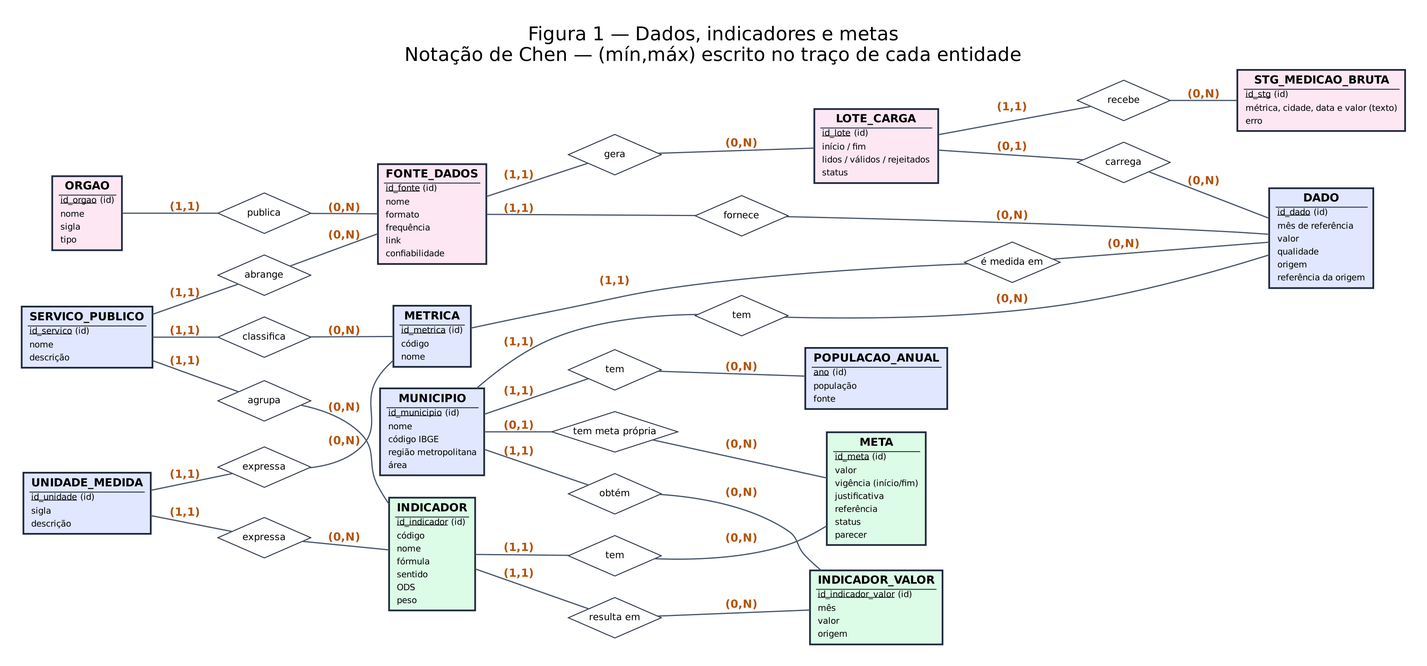
The Graphviz diagram docs/der/der_1_dados_indicadores.png in nicolemaranhao/ecocity-a3, before a commit. Its source is kept beside it as docs/der/der_1_dados_indicadores.dot.
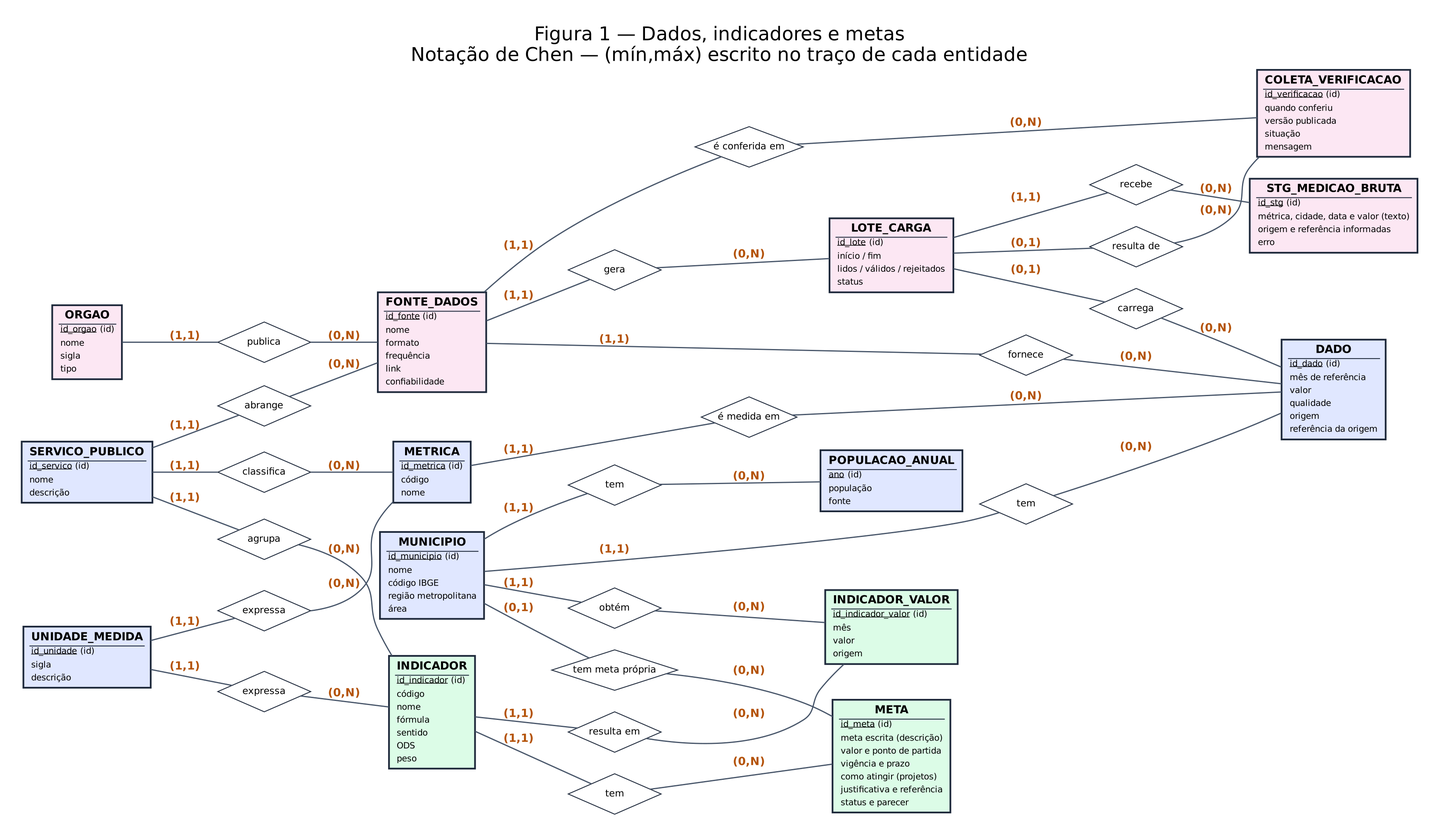
The same diagram one commit later.

Change to the diagram source:
```diff
@@ -4,7 +4,8 @@
 "ORGAO" [shape=box, style="filled,bold", fillcolor="#FCE7F3", color="#1E293B", fontsize=13, margin="0.1,0.05", label=<<TABLE BORDER="0" CELLBORDER="0" CELLSPACING="0" CELLPADDING="2"><TR><TD><B>ORGAO</B></TD></TR><HR/><TR><TD ALIGN="LEFT"><FONT POINT-SIZE="10"><U>id_orgao</U> (id)</FONT></TD></TR><TR><TD ALIGN="LEFT"><FONT POINT-SIZE="10">nome</FONT></TD></TR><TR><TD ALIGN="LEFT"><FONT POINT-SIZE="10">sigla</FONT></TD></TR><TR><TD ALIGN="LEFT"><FONT POINT-SIZE="10">tipo</FONT></TD></TR></TABLE>>];
 "FONTE_DADOS" [shape=box, style="filled,bold", fillcolor="#FCE7F3", color="#1E293B", fontsize=13, margin="0.1,0.05", label=<<TABLE BORDER="0" CELLBORDER="0" CELLSPACING="0" CELLPADDING="2"><TR><TD><B>FONTE_DADOS</B></TD></TR><HR/><TR><TD ALIGN="LEFT"><FONT POINT-SIZE="10"><U>id_fonte</U> (id)</FONT></TD></TR><TR><TD ALIGN="LEFT"><FONT POINT-SIZE="10">nome</FONT></TD></TR><TR><TD ALIGN="LEFT"><FONT POINT-SIZE="10">formato</FONT></TD></TR><TR><TD ALIGN="LEFT"><FONT POINT-SIZE="10">frequência</FONT></TD></TR><TR><TD ALIGN="LEFT"><FONT POINT-SIZE="10">link</FONT></TD></TR><TR><TD ALIGN="LEFT"><FONT POINT-SIZE="10">confiabilidade</FONT></TD></TR></TABLE>>];
 "LOTE_CARGA" [shape=box, style="filled,bold", fillcolor="#FCE7F3", color="#1E293B", fontsize=13, margin="0.1,0.05", label=<<TABLE BORDER="0" CELLBORDER="0" CELLSPACING="0" CELLPADDING="2"><TR><TD><B>LOTE_CARGA</B></TD></TR><HR/><TR><TD ALIGN="LEFT"><FONT POINT-SIZE="10"><U>id_lote</U> (id)</FONT></TD></TR><TR><TD ALIGN="LEFT"><FONT POINT-SIZE="10">início / fim</FONT></TD></TR><TR><TD ALIGN="LEFT"><FONT POINT-SIZE="10">lidos / válidos / rejeitados</FONT></TD></TR><TR><TD ALIGN="LEFT"><FONT POINT-SIZE="10">status</FONT></TD></TR></TABLE>>];
-"STG_MEDICAO_BRUTA" [shape=box, style="filled,bold", fillcolor="#FCE7F3", color="#1E293B", fontsize=13, margin="0.1,0.05", label=<<TABLE BORDER="0" CELLBORDER="0" CELLSPACING="0" CELLPADDING="2"><TR><TD><B>STG_MEDICAO_BRUTA</B></TD></TR><HR/><TR><TD ALIGN="LEFT"><FONT POINT-SIZE="10"><U>id_stg</U> (id)</FONT></TD></TR><TR><TD ALIGN="LEFT"><FONT POINT-SIZE="10">métrica, cidade, data e valor (texto)</FONT></TD></TR><TR><TD ALIGN="LEFT"><FONT POINT-SIZE="10">erro</FONT></TD></TR></TABLE>>];
+"STG_MEDICAO_BRUTA" [shape=box, style="filled,bold", fillcolor="#FCE7F3", color="#1E293B", fontsize=13, margin="0.1,0.05", label=<<TABLE BORDER="0" CELLBORDER="0" CELLSPACING="0" CELLPADDING="2"><TR><TD><B>STG_MEDICAO_BRUTA</B></TD></TR><HR/><TR><TD ALIGN="LEFT"><FONT POINT-SIZE="10"><U>id_stg</U> (id)</FONT></TD></TR><TR><TD ALIGN="LEFT"><FONT POINT-SIZE="10">métrica, cidade, data e valor (texto)</FONT></TD></TR><TR><TD ALIGN="LEFT"><FONT POINT-SIZE="10">origem e referência informadas</FONT></TD></TR><TR><TD ALIGN="LEFT"><FONT POINT-SIZE="10">erro</FONT></TD></TR></TABLE>>];
+"COLETA_VERIFICACAO" [shape=box, style="filled,bold", fillcolor="#FCE7F3", color="#1E293B", fontsize=13, margin="0.1,0.05", label=<<TABLE BORDER="0" CELLBORDER="0" CELLSPACING="0" CELLPADDING="2"><TR><TD><B>COLETA_VERIFICACAO</B></TD></TR><HR/><TR><TD ALIGN="LEFT"><FONT POINT-SIZE="10"><U>id_verificacao</U> (id)</FONT></TD></TR><TR><TD ALIGN="LEFT"><FONT POINT-SIZE="10">quando conferiu</FONT></TD></TR><TR><TD ALIGN="LEFT"><FONT POINT-SIZE="10">versão publicada</FONT></TD></TR><TR><TD ALIGN="LEFT"><FONT POINT-SIZE="10">situação</FONT></TD></TR><TR><TD ALIGN="LEFT"><FONT POINT-SIZE="10">mensagem</FONT></TD></TR></TABLE>>];
 "SERVICO_PUBLICO" [shape=box, style="filled,bold", fillcolor="#E0E7FF", color="#1E293B", fontsize=13, margin="0.1,0.05", label=<<TABLE BORDER="0" CELLBORDER="0" CELLSPACING="0" CELLPADDING="2"><TR><TD><B>SERVICO_PUBLICO</B></TD></TR><HR/><TR><TD ALIGN="LEFT"><FONT POINT-SIZE="10"><U>id_servico</U> (id)</FONT></TD></TR><TR><TD ALIGN="LEFT"><FONT POINT-SIZE="10">nome</FONT></TD></TR><TR><TD ALIGN="LEFT"><FONT POINT-SIZE="10">descrição</FONT></TD></TR></TABLE>>];
 "UNIDADE_MEDIDA" [shape=box, style="filled,bold", fillcolor="#E0E7FF", color="#1E293B", fontsize=13, margin="0.1,0.05", label=<<TABLE BORDER="0" CELLBORDER="0" CELLSPACING="0" CELLPADDING="2"><TR><TD><B>UNIDADE_MEDIDA</B></TD></TR><HR/><TR><TD ALIGN="LEFT"><FONT POINT-SIZE="10"><U>id_unidade</U> (id)</FONT></TD></TR><TR><TD ALIGN="LEFT"><FONT POINT-SIZE="10">sigla</FONT></TD></TR><TR><TD ALIGN="LEFT"><FONT POINT-SIZE="10">descrição</FONT></TD></TR></TABLE>>];
 "METRICA" [shape=box, style="filled,bold", fillcolor="#E0E7FF", color="#1E293B", fontsize=13, margin="0.1,0.05", label=<<TABLE BORDER="0" CELLBORDER="0" CELLSPACING="0" CELLPADDING="2"><TR><TD><B>METRICA</B></TD></TR><HR/><TR><TD ALIGN="LEFT"><FONT POINT-SIZE="10"><U>id_metrica</U> (id)</FONT></TD></TR><TR><TD ALIGN="LEFT"><FONT POINT-SIZE="10">código</FONT></TD></TR><TR><TD ALIGN="LEFT"><FONT POINT-SIZE="10">nome</FONT></TD></TR></TABLE>>];
@@ -13,7 +14,7 @@
 "POPULACAO_ANUAL" [shape=box, style="filled,bold", fillcolor="#E0E7FF", color="#1E293B", fontsize=13, margin="0.1,0.05", label=<<TABLE BORDER="0" CELLBORDER="0" CELLSPACING="0" CELLPADDING="2"><TR><TD><B>POPULACAO_ANUAL</B></TD></TR><HR/><TR><TD ALIGN="LEFT"><FONT POINT-SIZE="10"><U>ano</U> (id)</FONT></TD></TR><TR><TD ALIGN="LEFT"><FONT POINT-SIZE="10">população</FONT></TD></TR><TR><TD ALIGN="LEFT"><FONT POINT-SIZE="10">fonte</FONT></TD></TR></TABLE>>];
 "INDICADOR" [shape=box, style="filled,bold", fillcolor="#DCFCE7", color="#1E293B", fontsize=13, margin="0.1,0.05", label=<<TABLE BORDER="0" CELLBORDER="0" CELLSPACING="0" CELLPADDING="2"><TR><TD><B>INDICADOR</B></TD></TR><HR/><TR><TD ALIGN="LEFT"><FONT POINT-SIZE="10"><U>id_indicador</U> (id)</FONT></TD></TR><TR><TD ALIGN="LEFT"><FONT POINT-SIZE="10">código</FONT></TD></TR><TR><TD ALIGN="LEFT"><FONT POINT-SIZE="10">nome</FONT></TD></TR><TR><TD ALIGN="LEFT"><FONT POINT-SIZE="10">fórmula</FONT></TD></TR><TR><TD ALIGN="LEFT"><FONT POINT-SIZE="10">sentido</FONT></TD></TR><TR><TD ALIGN="LEFT"><FONT POINT-SIZE="10">ODS</FONT></TD></TR><TR><TD ALIGN="LEFT"><FONT POINT-SIZE="10">peso</FONT></TD></TR></TABLE>>];
 "INDICADOR_VALOR" [shape=box, style="filled,bold", fillcolor="#DCFCE7", color="#1E293B", fontsize=13, margin="0.1,0.05", label=<<TABLE BORDER="0" CELLBORDER="0" CELLSPACING="0" CELLPADDING="2"><TR><TD><B>INDICADOR_VALOR</B></TD></TR><HR/><TR><TD ALIGN="LEFT"><FONT POINT-SIZE="10"><U>id_indicador_valor</U> (id)</FONT></TD></TR><TR><TD ALIGN="LEFT"><FONT POINT-SIZE="10">mês</FONT></TD></TR><TR><TD ALIGN="LEFT"><FONT POINT-SIZE="10">valor</FONT></TD></TR><TR><TD ALIGN="LEFT"><FONT POINT-SIZE="10">origem</FONT></TD></TR></TABLE>>];
-"META" [shape=box, style="filled,bold", fillcolor="#DCFCE7", color="#1E293B", fontsize=13, margin="0.1,0.05", label=<<TABLE BORDER="0" CELLBORDER="0" CELLSPACING="0" CELLPADDING="2"><TR><TD><B>META</B></TD></TR><HR/><TR><TD ALIGN="LEFT"><FONT POINT-SIZE="10"><U>id_meta</U> (id)</FONT></TD></TR><TR><TD ALIGN="LEFT"><FONT POINT-SIZE="10">valor</FONT></TD></TR><TR><TD ALIGN="LEFT"><FONT POINT-SIZE="10">vigência (início/fim)</FONT></TD></TR><TR><TD ALIGN="LEFT"><FONT POINT-SIZE="10">justificativa</FONT></TD></TR><TR><TD ALIGN="LEFT"><FONT POINT-SIZE="10">referência</FONT></TD></TR><TR><TD ALIGN="LEFT"><FONT POINT-SIZE="10">status</FONT></TD></TR><TR><TD ALIGN="LEFT"><FONT POINT-SIZE="10">parecer</FONT></TD></TR></TABLE>>];
+"META" [shape=box, style="filled,bold", fillcolor="#DCFCE7", color="#1E293B", fontsize=13, margin="0.1,0.05", label=<<TABLE BORDER="0" CELLBORDER="0" CELLSPACING="0" CELLPADDING="2"><TR><TD><B>META</B></TD></TR><HR/><TR><TD ALIGN="LEFT"><FONT POINT-SIZE="10"><U>id_meta</U> (id)</FONT></TD></TR><TR><TD ALIGN="LEFT"><FONT POINT-SIZE="10">meta escrita (descrição)</FONT></TD></TR><TR><TD ALIGN="LEFT"><FONT POINT-SIZE="10">valor e ponto de partida</FONT></TD></TR><TR><TD ALIGN="LEFT"><FONT POINT-SIZE="10">vigência e prazo</FONT></TD></TR><TR><TD ALIGN="LEFT"><FONT POINT-SIZE="10">como atingir (projetos)</FONT></TD></TR><TR><TD ALIGN="LEFT"><FONT POINT-SIZE="10">justificativa e referência</FONT></TD></TR><TR><TD ALIGN="LEFT"><FONT POINT-SIZE="10">status e parecer</FONT></TD></TR></TABLE>>];
 "R0" [shape=diamond, label="publica", style=filled, fillcolor="#FFFFFF", color="#1E293B", fontsize=11, width=1.5, height=0.65, margin=0.02];
 "ORGAO" -- "R0" [label="(1,1)"];
 "R0" -- "FONTE_DADOS" [label="(0,N)"];
@@ -26,43 +27,49 @@
 "R3" [shape=diamond, label="recebe", style=filled, fillcolor="#FFFFFF", color="#1E293B", fontsize=11, width=1.5, height=0.65, margin=0.02];
 "LOTE_CARGA" -- "R3" [label="(1,1)"];
 "R3" -- "STG_MEDICAO_BRUTA" [label="(0,N)"];
-"R4" [shape=diamond, label="classifica", style=filled, fillcolor="#FFFFFF", color="#1E293B", fontsize=11, width=1.5, height=0.65, margin=0.02];
-"SERVICO_PUBLICO" -- "R4" [label="(1,1)"];
-"R4" -- "METRICA" [label="(0,N)"];
-"R5" [shape=diamond, label="expressa", style=filled, fillcolor="#FFFFFF", color="#1E293B", fontsize=11, width=1.5, height=0.65, margin=0.02];
-"UNIDADE_MEDIDA" -- "R5" [label="(1,1)"];
-"R5" -- "METRICA" [label="(0,N)"];
-"R6" [shape=diamond, label="fornece", style=filled, fillcolor="#FFFFFF", color="#1E293B", fontsize=11, width=1.5, height=0.65, margin=0.02];
-"FONTE_DADOS" -- "R6" [label="(1,1)"];
-"R6" -- "DADO" [label="(0,N)"];
-"R7" [shape=diamond, label="carrega", style=filled, fillcolor="#FFFFFF", color="#1E293B", fontsize=11, width=1.5, height=0.65, margin=0.02];
-"LOTE_CARGA" -- "R7" [label="(0,1)"];
-"R7" -- "DADO" [label="(0,N)"];
-"R8" [shape=diamond, label="é medida em", style=filled, fillcolor="#FFFFFF", color="#1E293B", fontsize=11, width=1.5, height=0.65, margin=0.02];
-"METRICA" -- "R8" [label="(1,1)"];
+"R4" [shape=diamond, label="é conferida em", style=filled, fillcolor="#FFFFFF", color="#1E293B", fontsize=11, width=1.5, height=0.65, margin=0.02];
+"FONTE_DADOS" -- "R4" [label="(1,1)"];
+"R4" -- "COLETA_VERIFICACAO" [label="(0,N)"];
+"R5" [shape=diamond, label="resulta de", style=filled, fillcolor="#FFFFFF", color="#1E293B", fontsize=11, width=1.5, height=0.65, margin=0.02];
+"LOTE_CARGA" -- "R5" [label="(0,1)"];
+"R5" -- "COLETA_VERIFICACAO" [label="(0,N)"];
+"R6" [shape=diamond, label="classifica", style=filled, fillcolor="#FFFFFF", color="#1E293B", fontsize=11, width=1.5, height=0.65, margin=0.02];
+"SERVICO_PUBLICO" -- "R6" [label="(1,1)"];
+"R6" -- "METRICA" [label="(0,N)"];
+"R7" [shape=diamond, label="expressa", style=filled, fillcolor="#FFFFFF", color="#1E293B", fontsize=11, width=1.5, height=0.65, margin=0.02];
+"UNIDADE_MEDIDA" -- "R7" [label="(1,1)"];
+"R7" -- "METRICA" [label="(0,N)"];
+"R8" [shape=diamond, label="fornece", style=filled, fillcolor="#FFFFFF", color="#1E293B", fontsize=11, width=1.5, height=0.65, margin=0.02];
+"FONTE_DADOS" -- "R8" [label="(1,1)"];
 "R8" -- "DADO" [label="(0,N)"];
-"R9" [shape=diamond, label="tem", style=filled, fillcolor="#FFFFFF", color="#1E293B", fontsize=11, width=1.5, height=0.65, margin=0.02];
-"MUNICIPIO" -- "R9" [label="(1,1)"];
+"R9" [shape=diamond, label="carrega", style=filled, fillcolor="#FFFFFF", color="#1E293B", fontsize=11, width=1.5, height=0.65, margin=0.02];
+"LOTE_CARGA" -- "R9" [label="(0,1)"];
 "R9" -- "DADO" [label="(0,N)"];
-"R10" [shape=diamond, label="tem", style=filled, fillcolor="#FFFFFF", color="#1E293B", fontsize=11, width=1.5, height=0.65, margin=0.02];
-"MUNICIPIO" -- "R10" [label="(1,1)"];
-"R10" -- "POPULACAO_ANUAL" [label="(0,N)"];
-"R11" [shape=diamond, label="agrupa", style=filled, fillcolor="#FFFFFF", color="#1E293B", fontsize=11, width=1.5, height=0.65, margin=0.02];
-"SERVICO_PUBLICO" -- "R11" [label="(1,1)"];
-"R11" -- "INDICADOR" [label="(0,N)"];
-"R12" [shape=diamond, label="expressa", style=filled, fillcolor="#FFFFFF", color="#1E293B", fontsize=11, width=1.5, height=0.65, margin=0.02];
-"UNIDADE_MEDIDA" -- "R12" [label="(1,1)"];
-"R12" -- "INDICADOR" [label="(0,N)"];
-"R13" [shape=diamond, label="resulta em", style=filled, fillcolor="#FFFFFF", color="#1E293B", fontsize=11, width=1.5, height=0.65, margin=0.02];
-"INDICADOR" -- "R13" [label="(1,1)"];
-"R13" -- "INDICADOR_VALOR" [label="(0,N)"];
-"R14" [shape=diamond, label="obtém", style=filled, fillcolor="#FFFFFF", color="#1E293B", fontsize=11, width=1.5, height=0.65, margin=0.02];
-"MUNICIPIO" -- "R14" [label="(1,1)"];
-"R14" -- "INDICADOR_VALOR" [label="(0,N)"];
-"R15" [shape=diamond, label="tem", style=filled, fillcolor="#FFFFFF", color="#1E293B", fontsize=11, width=1.5, height=0.65, margin=0.02];
+"R10" [shape=diamond, label="é medida em", style=filled, fillcolor="#FFFFFF", color="#1E293B", fontsize=11, width=1.5, height=0.65, margin=0.02];
+"METRICA" -- "R10" [label="(1,1)"];
+"R10" -- "DADO" [label="(0,N)"];
+"R11" [shape=diamond, label="tem", style=filled, fillcolor="#FFFFFF", color="#1E293B", fontsize=11, width=1.5, height=0.65, margin=0.02];
+"MUNICIPIO" -- "R11" [label="(1,1)"];
+"R11" -- "DADO" [label="(0,N)"];
+"R12" [shape=diamond, label="tem", style=filled, fillcolor="#FFFFFF", color="#1E293B", fontsize=11, width=1.5, height=0.65, margin=0.02];
+"MUNICIPIO" -- "R12" [label="(1,1)"];
+"R12" -- "POPULACAO_ANUAL" [label="(0,N)"];
+"R13" [shape=diamond, label="agrupa", style=filled, fillcolor="#FFFFFF", color="#1E293B", fontsize=11, width=1.5, height=0.65, margin=0.02];
+"SERVICO_PUBLICO" -- "R13" [label="(1,1)"];
+"R13" -- "INDICADOR" [label="(0,N)"];
+"R14" [shape=diamond, label="expressa", style=filled, fillcolor="#FFFFFF", color="#1E293B", fontsize=11, width=1.5, height=0.65, margin=0.02];
+"UNIDADE_MEDIDA" -- "R14" [label="(1,1)"];
+"R14" -- "INDICADOR" [label="(0,N)"];
+"R15" [shape=diamond, label="resulta em", style=filled, fillcolor="#FFFFFF", color="#1E293B", fontsize=11, width=1.5, height=0.65, margin=0.02];
 "INDICADOR" -- "R15" [label="(1,1)"];
-"R15" -- "META" [label="(0,N)"];
-"R16" [shape=diamond, label="tem meta própria", style=filled, fillcolor="#FFFFFF", color="#1E293B", fontsize=11, width=1.5, height=0.65, margin=0.02];
-"MUNICIPIO" -- "R16" [label="(0,1)"];
-"R16" -- "META" [label="(0,N)"];
+"R15" -- "INDICADOR_VALOR" [label="(0,N)"];
+"R16" [shape=diamond, label="obtém", style=filled, fillcolor="#FFFFFF", color="#1E293B", fontsize=11, width=1.5, height=0.65, margin=0.02];
+"MUNICIPIO" -- "R16" [label="(1,1)"];
+"R16" -- "INDICADOR_VALOR" [label="(0,N)"];
+"R17" [shape=diamond, label="tem", style=filled, fillcolor="#FFFFFF", color="#1E293B", fontsize=11, width=1.5, height=0.65, margin=0.02];
+"INDICADOR" -- "R17" [label="(1,1)"];
+"R17" -- "META" [label="(0,N)"];
+"R18" [shape=diamond, label="tem meta própria", style=filled, fillcolor="#FFFFFF", color="#1E293B", fontsize=11, width=1.5, height=0.65, margin=0.02];
+"MUNICIPIO" -- "R18" [label="(0,1)"];
+"R18" -- "META" [label="(0,N)"];
 }
```
